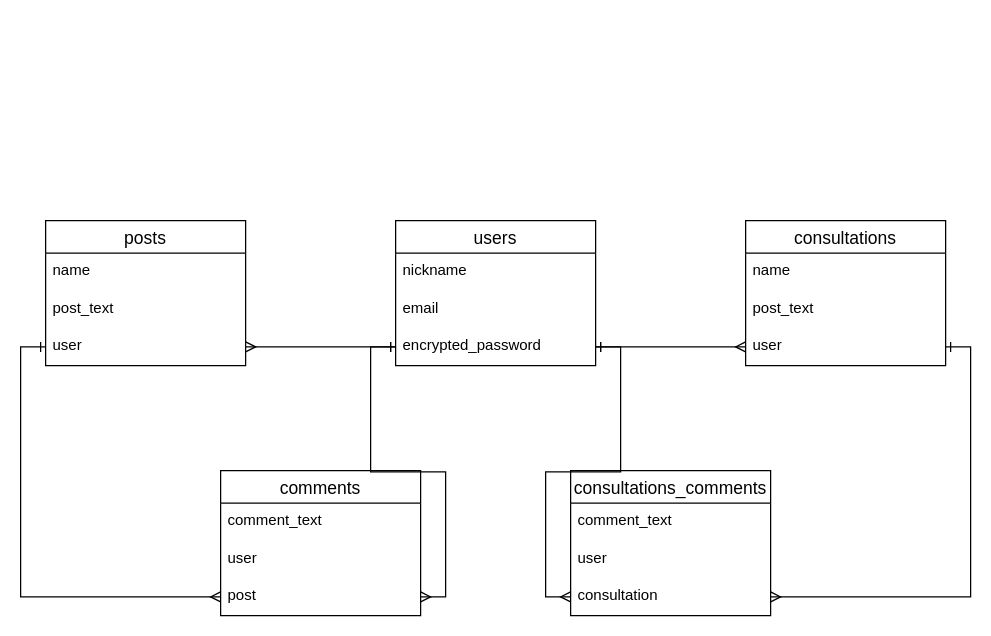
Earlier version of the draw.io diagram topbikerlife.dio (takanotakuya/bikerlife-989). Source tidied: cells renumbered, new cells numbered last; positions are measured from the earlier drawing's top-left corner, leaving out a move shared by most shapes. Both pictures are drawn from the tidied source at 125%, with x=0, y=0 at pixel (45, 220).
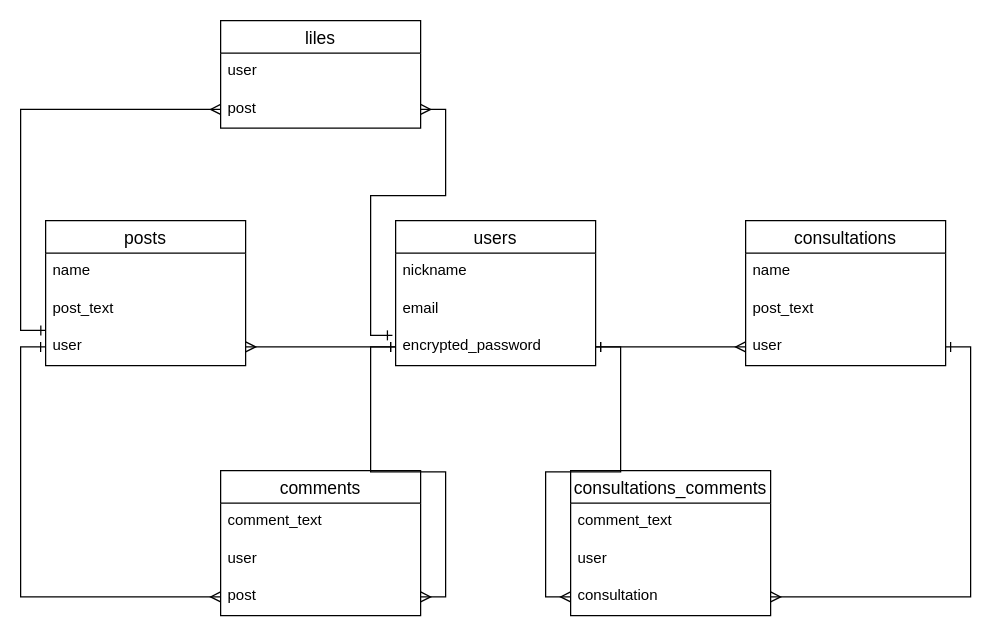
The same page after the edit.

The change refers to these unchanged cells:
```xml
<mxCell id="5" value="encrypted_password&#10;" style="text;strokeColor=none;fillColor=none;spacingLeft=4;spacingRight=4;overflow=hidden;points=[[0,0.5],[1,0.5]];portConstraint=eastwest;fontSize=12;" parent="2" vertex="1">
  <mxGeometry y="86" width="160" height="30" as="geometry" />
</mxCell>
<mxCell id="13" value="user" style="text;strokeColor=none;fillColor=none;spacingLeft=4;spacingRight=4;overflow=hidden;points=[[0,0.5],[1,0.5]];portConstraint=eastwest;fontSize=12;" parent="10" vertex="1">
  <mxGeometry y="86" width="160" height="30" as="geometry" />
</mxCell>
```

Diff of the diagram source:
```diff
@@
+    <mxCell id="28" value="liles" style="swimlane;fontStyle=0;horizontal=1;startSize=26;align=center;fontSize=14;" parent="1" vertex="1">
+      <mxGeometry x="140" y="-160" width="160" height="86" as="geometry" />
+    </mxCell>
+    <mxCell id="29" value="user" style="text;strokeColor=none;fillColor=none;spacingLeft=4;spacingRight=4;overflow=hidden;fontSize=12;" parent="28" vertex="1">
+      <mxGeometry y="26" width="160" height="30" as="geometry" />
+    </mxCell>
+    <mxCell id="30" value="post" style="text;strokeColor=none;fillColor=none;spacingLeft=4;spacingRight=4;overflow=hidden;points=[[0,0.5],[1,0.5]];portConstraint=eastwest;fontSize=12;" parent="28" vertex="1">
+      <mxGeometry y="56" width="160" height="30" as="geometry" />
+    </mxCell>
+    <mxCell id="31" style="edgeStyle=orthogonalEdgeStyle;rounded=0;jettySize=auto;html=1;exitX=0;exitY=0.5;exitDx=0;exitDy=0;entryX=0.001;entryY=0.06;entryDx=0;entryDy=0;entryPerimeter=0;startArrow=ERmany;startFill=0;endArrow=ERone;endFill=0;" parent="1" edge="1" source="30" target="13">
+      <mxGeometry relative="1" as="geometry" />
+    </mxCell>
+    <mxCell id="32" style="edgeStyle=orthogonalEdgeStyle;rounded=0;jettySize=auto;html=1;exitX=1;exitY=0.5;exitDx=0;exitDy=0;entryX=-0.016;entryY=0.193;entryDx=0;entryDy=0;entryPerimeter=0;startArrow=ERmany;startFill=0;endArrow=ERone;endFill=0;" parent="1" edge="1" source="30" target="5">
+      <mxGeometry relative="1" as="geometry">
+        <Array as="points">
+          <mxPoint x="320" y="-89" />
+          <mxPoint x="320" y="-20" />
+          <mxPoint x="260" y="-20" />
+          <mxPoint x="260" y="92" />
+        </Array>
+      </mxGeometry>
+    </mxCell>
```
